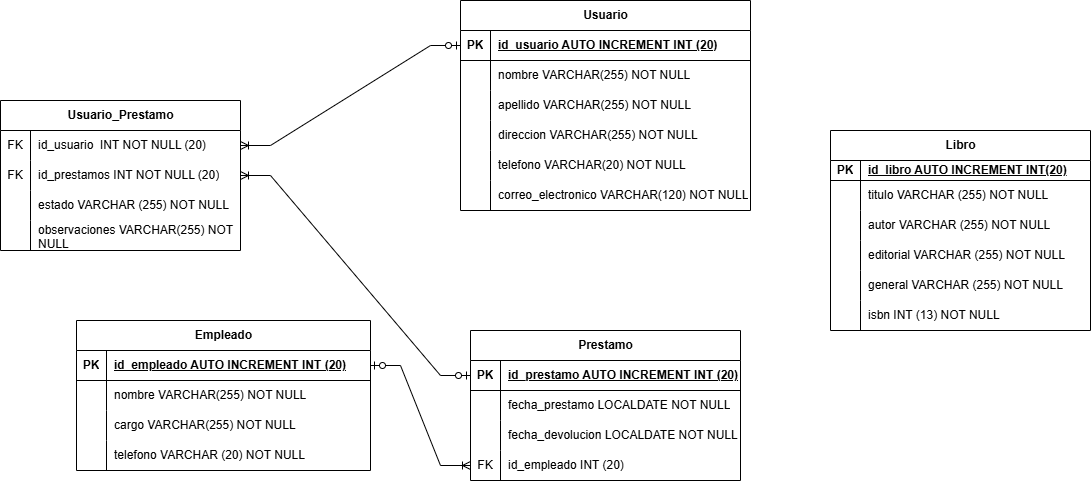
This is BD/MER-java.drawio.png from July173/library-Spring-boot, a draw.io export, as it was before one commit. Source tidied: cells renumbered, new cells last; positions are measured from the earlier drawing's top-left corner, leaving out a move shared by most shapes.
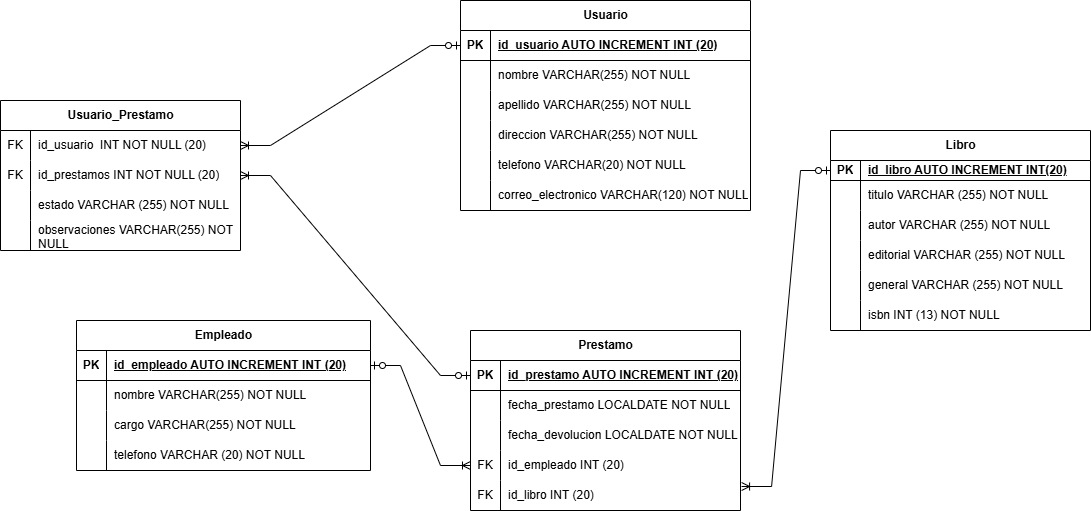
After the commit.

Commit message:
arreglo de MER con las relaciones

Diff of the diagram source:
```diff
@@ -60,7 +60,7 @@
       <mxGeometry x="30" width="260" height="30" as="geometry" />
     </mxCell>
     <mxCell id="21" value="Prestamo" style="shape=table;startSize=30;rowLines=0;fontStyle=1;align=center;html=1;" parent="1" vertex="1">
-      <mxGeometry x="470" y="330" width="270" height="150" as="geometry" />
+      <mxGeometry x="470" y="330" width="270" height="180" as="geometry" />
     </mxCell>
     <mxCell id="22" style="shape=tableRow;horizontal=0;startSize=0;swimlaneHead=0;swimlaneBody=0;fillColor=none;points=[[0,0.5],[1,0.5]];portConstraint=eastwest;top=0;left=0;right=0;bottom=1;" parent="21" vertex="1">
       <mxGeometry y="30" width="270" height="30" as="geometry" />
@@ -98,6 +98,15 @@
     <mxCell id="33" value="id_empleado INT (20)" style="shape=partialRectangle;fillColor=none;top=0;left=0;bottom=0;right=0;align=left;spacingLeft=6;overflow=hidden;whiteSpace=wrap;html=1;" parent="31" vertex="1">
       <mxGeometry x="30" width="240" height="30" as="geometry" />
     </mxCell>
+    <mxCell id="82" style="shape=tableRow;horizontal=0;startSize=0;swimlaneHead=0;swimlaneBody=0;fillColor=none;points=[[0,0.5],[1,0.5]];portConstraint=eastwest;top=0;left=0;right=0;bottom=0;" parent="21" vertex="1">
+      <mxGeometry y="150" width="270" height="30" as="geometry" />
+    </mxCell>
+    <mxCell id="83" value="FK" style="shape=partialRectangle;fillColor=none;top=0;left=0;bottom=0;right=0;overflow=hidden;whiteSpace=wrap;html=1;" parent="82" vertex="1">
+      <mxGeometry width="30" height="30" as="geometry" />
+    </mxCell>
+    <mxCell id="84" value="id_libro INT (20)" style="shape=partialRectangle;fillColor=none;top=0;left=0;bottom=0;right=0;align=left;spacingLeft=6;overflow=hidden;whiteSpace=wrap;html=1;" parent="82" vertex="1">
+      <mxGeometry x="30" width="240" height="30" as="geometry" />
+    </mxCell>
     <mxCell id="34" value="Libro" style="shape=table;startSize=30;rowLines=0;fontStyle=1;align=center;html=1;" parent="1" vertex="1">
       <mxGeometry x="830" y="130" width="260" height="200" as="geometry" />
     </mxCell>
@@ -242,5 +251,8 @@
     <mxCell id="81" value="observaciones VARCHAR(255) NOT NULL" style="shape=partialRectangle;fillColor=none;top=0;left=0;bottom=0;right=0;align=left;spacingLeft=6;overflow=hidden;whiteSpace=wrap;html=1;" parent="79" vertex="1">
       <mxGeometry x="30" width="210" height="30" as="geometry" />
     </mxCell>
+    <mxCell id="85" style="edgeStyle=entityRelationEdgeStyle;fontSize=12;html=1;endArrow=ERoneToMany;startArrow=ERzeroToOne;rounded=0;exitX=0;exitY=0.5;exitDx=0;exitDy=0;entryX=1.004;entryY=0.2;entryDx=0;entryDy=0;entryPerimeter=0;" parent="1" edge="1" source="35" target="82">
+      <mxGeometry relative="1" as="geometry" />
+    </mxCell>
   </root>
 </mxGraphModel>
```
